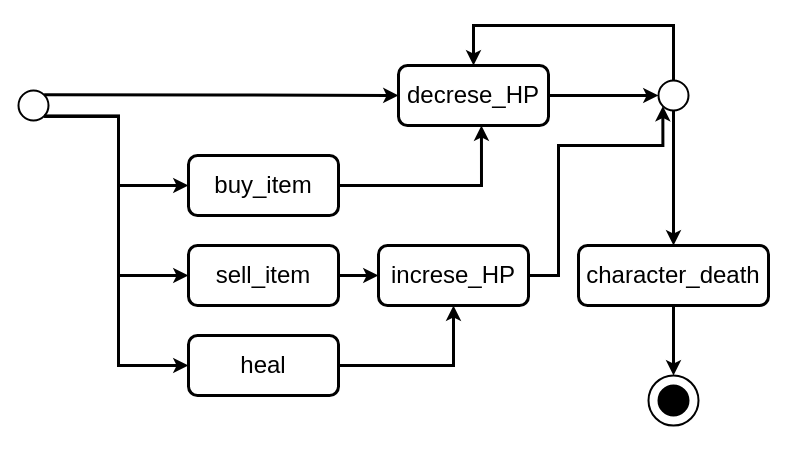
FM-Man/SPL_2 keeps this draw.io diagram as Pictures/std/std 9.drawio. Above is the earlier version. Source tidied: cells renumbered, new cells numbered last; positions are measured from the earlier drawing's top-left corner, leaving out a move shared by most shapes. Both pictures are drawn from the tidied source at 100%, with x=0, y=0 at pixel (18, 25).
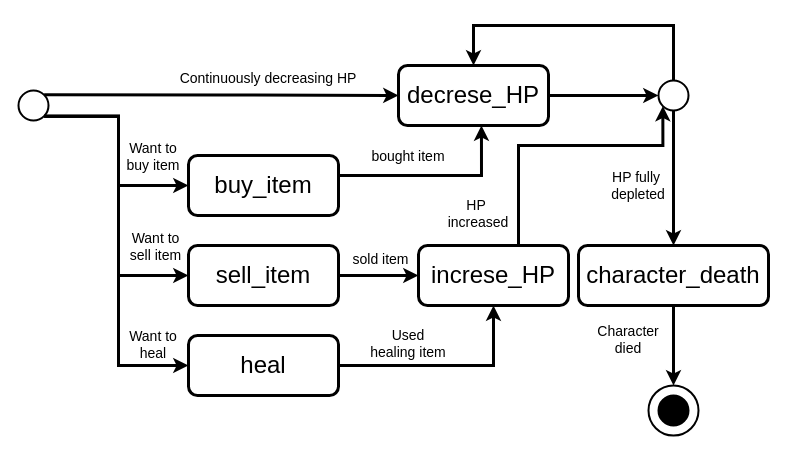
Above is the later version.

The change refers to these unchanged cells:
```xml
<mxCell id="8" value="&lt;div&gt;&lt;span style=&quot;font-size: 24px&quot;&gt;decrese_HP&lt;/span&gt;&lt;/div&gt;" style="rounded=1;whiteSpace=wrap;html=1;fillColor=#FFFFFF;strokeWidth=3;" parent="1" vertex="1">
  <mxGeometry x="380" y="40" width="150" height="60" as="geometry" />
</mxCell>
<mxCell id="11" style="strokeWidth=2;html=1;shape=mxgraph.flowchart.start_2;whiteSpace=wrap;" parent="1" vertex="1">
  <mxGeometry x="640" y="55" width="30" height="30" as="geometry" />
</mxCell>
<mxCell id="13" value="&lt;span style=&quot;font-size: 24px&quot;&gt;buy_item&lt;/span&gt;" style="rounded=1;whiteSpace=wrap;html=1;fillColor=#FFFFFF;strokeWidth=3;" parent="1" vertex="1">
  <mxGeometry x="170" y="130" width="150" height="60" as="geometry" />
</mxCell>
```

Change to the diagram source:
```diff
@@
     <mxCell id="5" style="strokeWidth=2;html=1;shape=mxgraph.flowchart.start_2;whiteSpace=wrap;" parent="1" vertex="1">
-      <mxGeometry x="630" y="350" width="50" height="50" as="geometry" />
+      <mxGeometry x="630" y="360" width="50" height="50" as="geometry" />
     </mxCell>
     <mxCell id="6" style="strokeWidth=2;html=1;shape=mxgraph.flowchart.start_2;whiteSpace=wrap;fillColor=#000000;" parent="1" vertex="1">
-      <mxGeometry x="640" y="360" width="30" height="30" as="geometry" />
+      <mxGeometry x="640" y="370" width="30" height="30" as="geometry" />
     </mxCell>
@@
     <mxCell id="12" style="edgeStyle=orthogonalEdgeStyle;rounded=0;jettySize=auto;html=1;entryX=0.553;entryY=1;entryDx=0;entryDy=0;entryPerimeter=0;strokeWidth=3;" parent="1" edge="1" source="13" target="8">
-      <mxGeometry relative="1" as="geometry" />
+      <mxGeometry relative="1" as="geometry">
+        <Array as="points">
+          <mxPoint x="463" y="150" />
+        </Array>
+      </mxGeometry>
     </mxCell>
@@
     <mxCell id="22" style="edgeStyle=orthogonalEdgeStyle;rounded=0;jettySize=auto;html=1;entryX=0.145;entryY=0.855;entryDx=0;entryDy=0;entryPerimeter=0;strokeWidth=3;" parent="1" edge="1" source="23" target="11">
       <mxGeometry relative="1" as="geometry">
         <Array as="points">
-          <mxPoint x="540" y="250" />
-          <mxPoint x="540" y="120" />
+          <mxPoint x="500" y="120" />
           <mxPoint x="644" y="120" />
         </Array>
       </mxGeometry>
     </mxCell>
     <mxCell id="23" value="&lt;div&gt;&lt;span style=&quot;font-size: 24px&quot;&gt;increse_HP&lt;/span&gt;&lt;/div&gt;" style="rounded=1;whiteSpace=wrap;html=1;fillColor=#FFFFFF;strokeWidth=3;" parent="1" vertex="1">
-      <mxGeometry x="360" y="220" width="150" height="60" as="geometry" />
+      <mxGeometry x="400" y="220" width="150" height="60" as="geometry" />
     </mxCell>
+    <mxCell id="24" value="&lt;span style=&quot;font-size: 14px&quot;&gt;Continuously decreasing&amp;nbsp;HP&lt;/span&gt;" style="text;html=1;strokeColor=none;fillColor=none;align=center;verticalAlign=middle;whiteSpace=wrap;rounded=0;" parent="1" vertex="1">
+      <mxGeometry x="160" y="40" width="180" height="25" as="geometry" />
+    </mxCell>
+    <mxCell id="25" value="&lt;span style=&quot;font-size: 14px&quot;&gt;HP fully&amp;nbsp;&lt;br&gt;&lt;/span&gt;&lt;span style=&quot;font-size: 14px&quot;&gt;depleted&lt;/span&gt;" style="text;html=1;strokeColor=none;fillColor=none;align=center;verticalAlign=middle;whiteSpace=wrap;rounded=0;" parent="1" vertex="1">
+      <mxGeometry x="590" y="135" width="60" height="50" as="geometry" />
+    </mxCell>
+    <mxCell id="26" value="&lt;span style=&quot;font-size: 14px&quot;&gt;Character died&lt;/span&gt;" style="text;html=1;strokeColor=none;fillColor=none;align=center;verticalAlign=middle;whiteSpace=wrap;rounded=0;" parent="1" vertex="1">
+      <mxGeometry x="570" y="292.5" width="80" height="43.8" as="geometry" />
+    </mxCell>
+    <mxCell id="27" value="&lt;span style=&quot;font-size: 14px&quot;&gt;Want to heal&lt;/span&gt;" style="text;html=1;strokeColor=none;fillColor=none;align=center;verticalAlign=middle;whiteSpace=wrap;rounded=0;" parent="1" vertex="1">
+      <mxGeometry x="110" y="292.5" width="50" height="52.5" as="geometry" />
+    </mxCell>
+    <mxCell id="28" value="&lt;span style=&quot;font-size: 14px&quot;&gt;Used healing item&lt;/span&gt;" style="text;html=1;strokeColor=none;fillColor=none;align=center;verticalAlign=middle;whiteSpace=wrap;rounded=0;" parent="1" vertex="1">
+      <mxGeometry x="350" y="290" width="80" height="55" as="geometry" />
+    </mxCell>
+    <mxCell id="29" value="&lt;span style=&quot;font-size: 14px&quot;&gt;Want to sell item&lt;/span&gt;" style="text;html=1;strokeColor=none;fillColor=none;align=center;verticalAlign=middle;whiteSpace=wrap;rounded=0;" parent="1" vertex="1">
+      <mxGeometry x="110" y="190" width="55" height="62.5" as="geometry" />
+    </mxCell>
+    <mxCell id="30" value="&lt;span style=&quot;font-size: 14px&quot;&gt;Want to buy item&lt;/span&gt;" style="text;html=1;strokeColor=none;fillColor=none;align=center;verticalAlign=middle;whiteSpace=wrap;rounded=0;" parent="1" vertex="1">
+      <mxGeometry x="105" y="100" width="60" height="62.5" as="geometry" />
+    </mxCell>
+    <mxCell id="31" value="&lt;span style=&quot;font-size: 14px&quot;&gt;bought item&lt;/span&gt;" style="text;html=1;strokeColor=none;fillColor=none;align=center;verticalAlign=middle;whiteSpace=wrap;rounded=0;" parent="1" vertex="1">
+      <mxGeometry x="345" y="118.8" width="90" height="25" as="geometry" />
+    </mxCell>
+    <mxCell id="32" value="&lt;span style=&quot;font-size: 14px&quot;&gt;sold item&lt;/span&gt;" style="text;html=1;strokeColor=none;fillColor=none;align=center;verticalAlign=middle;whiteSpace=wrap;rounded=0;" parent="1" vertex="1">
+      <mxGeometry x="330" y="220" width="65" height="27.5" as="geometry" />
+    </mxCell>
+    <mxCell id="33" value="&lt;span style=&quot;font-size: 14px&quot;&gt;HP&amp;nbsp;&lt;br&gt;&lt;/span&gt;&lt;span style=&quot;font-size: 14px&quot;&gt;increased&lt;/span&gt;" style="text;html=1;strokeColor=none;fillColor=none;align=center;verticalAlign=middle;whiteSpace=wrap;rounded=0;" parent="1" vertex="1">
+      <mxGeometry x="430" y="162.5" width="60" height="50" as="geometry" />
+    </mxCell>
```
